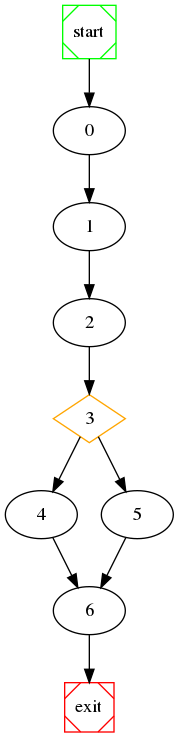
This is wpc/raw_graph.png from NabeelQaiser/BTP_2k18-19, a Graphviz export, as it was before one commit. Its source is kept beside it as wpc/raw_graph.dot.
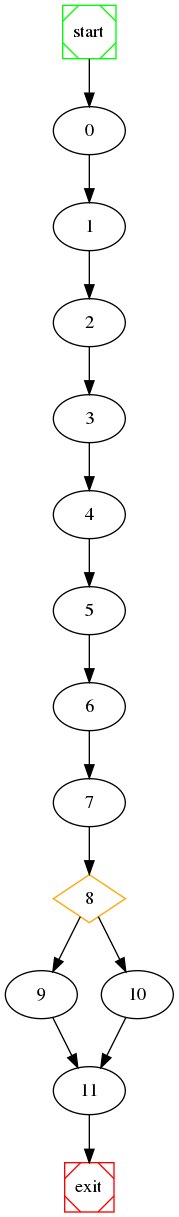
The same diagram one commit later.

Diff of the diagram source:
```diff
@@ -3,13 +3,18 @@
 	start -> 0;
 	0 -> 1 ;
 	1 -> 2 ;
-	3 [shape=diamond, color=orange] ;
+	2 -> 3 ;
 	3 -> 4 ;
-	3 -> 5 ;
-	2 -> 3 ;
+	4 -> 5 ;
 	5 -> 6 ;
-	4 -> 6 ;
-	6 -> exit;
+	6 -> 7 ;
+	8 [shape=diamond, color=orange] ;
+	8 -> 9 ;
+	8 -> 10 ;
+	7 -> 8 ;
+	9 -> 11 ;
+	10 -> 11 ;
+	11 -> exit;
 
 	start [shape=Msquare, color=green];
 	exit [shape=Msquare, color=red];
```
